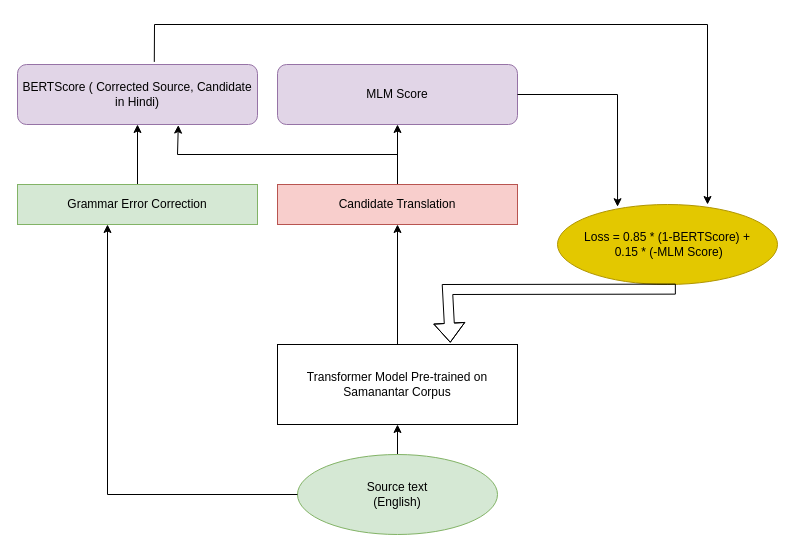
This is transformer_with_grammar_correction_mlm_bertscore.drawio from babangain/drawio, a draw.io file, before an edit. Source tidied: cells renumbered, new cells numbered last; positions are measured from the earlier drawing's top-left corner, leaving out a move shared by most shapes. Both pictures are drawn from the tidied source at 100%, with x=0, y=0 at pixel (17, 24).
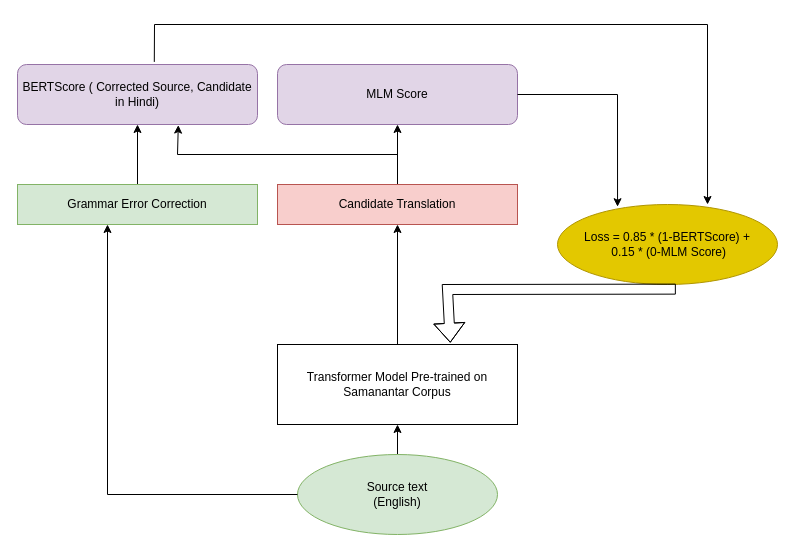
The same page after the edit.

Diff of the diagram source:
```diff
@@
-    <mxCell id="14" value="Loss = 0.85 * (1-BERTScore) +&lt;br&gt;&amp;nbsp;0.15 * (-MLM Score)" style="ellipse;whiteSpace=wrap;html=1;fillColor=#e3c800;fontColor=#000000;strokeColor=#B09500;" parent="1" vertex="1">
+    <mxCell id="14" value="Loss = 0.85 * (1-BERTScore) +&lt;br&gt;&amp;nbsp;0.15 * (0-MLM Score)" style="ellipse;whiteSpace=wrap;html=1;fillColor=#e3c800;fontColor=#000000;strokeColor=#B09500;" parent="1" vertex="1">
       <mxGeometry x="540" y="180" width="220" height="80" as="geometry" />
     </mxCell>
```
